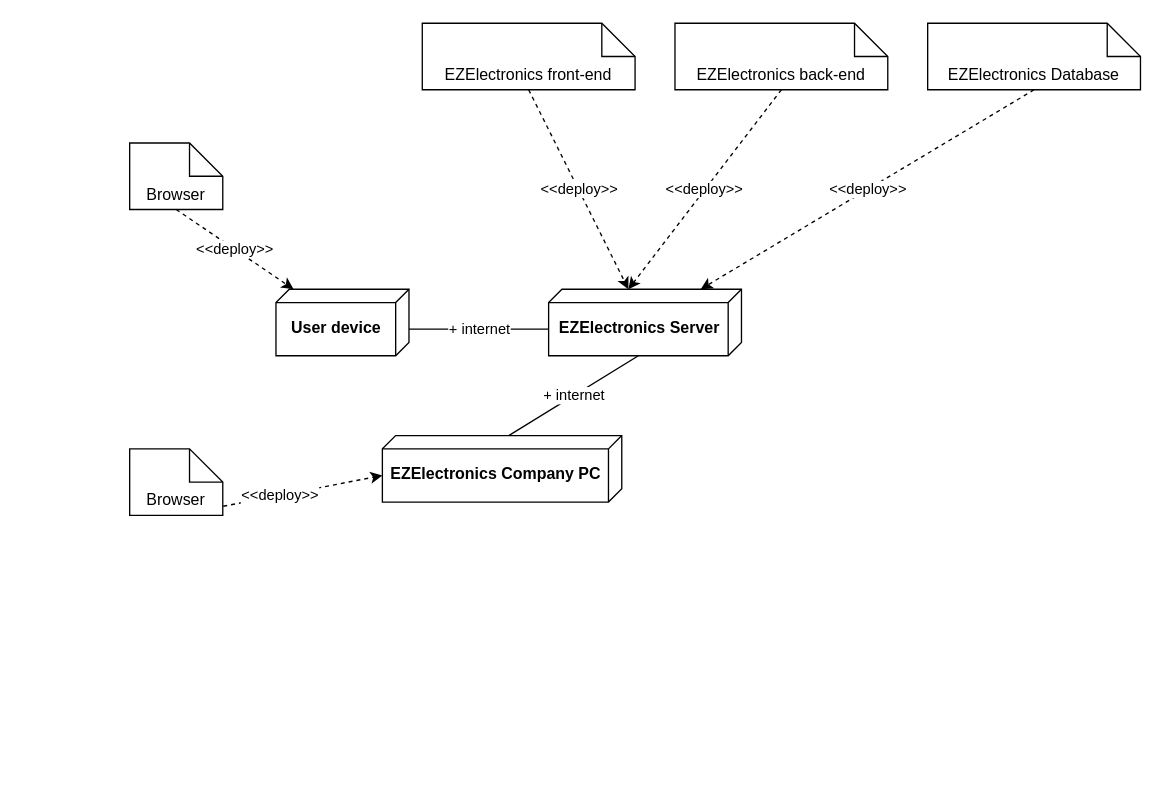
Before: page "V2" (2 of 2) of figures/deployment-diagram.drawio in eduardz1/EZElectronics, a draw.io diagram. Source tidied: cells renumbered, new cells numbered last; positions are measured from the earlier drawing's top-left corner, leaving out a move shared by most shapes. Both pictures are drawn from the tidied source at 133%, with x=0, y=0 at pixel (129, 23).
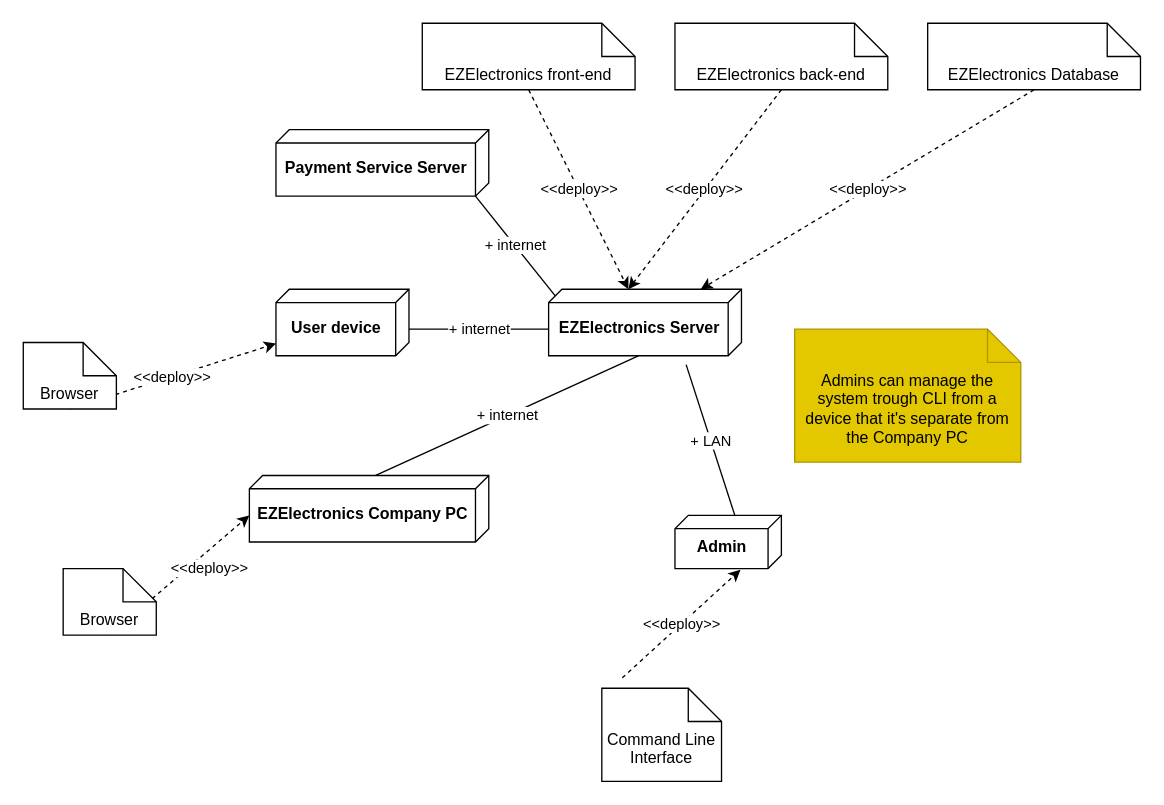
The same page after the edit.

Commit message (it also covers changes not shown here):
docs: updated deployment diagram for v2, context diagram and glossary

The change refers to these unchanged cells:
```xml
<mxCell id="2" value="EZElectronics Server" style="verticalAlign=middle;align=center;spacingTop=8;spacingLeft=2;spacingRight=12;shape=cube;size=10;direction=south;fontStyle=1;html=1;labelPosition=center;verticalLabelPosition=middle;" parent="1" vertex="1">
  <mxGeometry x="315" y="200" width="145" height="50" as="geometry" />
</mxCell>
<mxCell id="8" value="User device" style="verticalAlign=middle;align=center;spacingTop=8;spacingLeft=2;spacingRight=12;shape=cube;size=10;direction=south;fontStyle=1;html=1;labelPosition=center;verticalLabelPosition=middle;" parent="1" vertex="1">
  <mxGeometry x="110" y="200" width="100" height="50" as="geometry" />
</mxCell>
```

The edit, as a diff of the source:
```diff
@@
     <mxCell id="6" value="EZElectronics Company PC" style="verticalAlign=middle;align=center;spacingTop=8;spacingLeft=2;spacingRight=12;shape=cube;size=10;direction=south;fontStyle=1;html=1;labelPosition=center;verticalLabelPosition=middle;" parent="1" vertex="1">
-      <mxGeometry x="190" y="310" width="180" height="50" as="geometry" />
+      <mxGeometry x="90" y="340" width="180" height="50" as="geometry" />
     </mxCell>
@@
-    <mxCell id="13" value="&amp;lt;&amp;lt;deploy&amp;gt;&amp;gt;" style="edgeStyle=none;html=1;exitX=0.5;exitY=1;exitDx=0;exitDy=0;exitPerimeter=0;endArrow=classic;endFill=1;dashed=1;" parent="1" edge="1" source="14" target="8">
+    <mxCell id="13" value="&amp;lt;&amp;lt;deploy&amp;gt;&amp;gt;" style="edgeStyle=none;html=1;exitX=0.5;exitY=1;exitDx=0;exitDy=0;exitPerimeter=0;endArrow=classic;endFill=1;dashed=1;" parent="1" edge="1" source="17" target="8">
       <mxGeometry relative="1" as="geometry" />
     </mxCell>
-    <mxCell id="14" value="Browser" style="shape=note2;boundedLbl=1;whiteSpace=wrap;html=1;size=25;verticalAlign=top;align=center;" parent="1" vertex="1">
-      <mxGeometry y="90" width="70" height="50" as="geometry" />
-    </mxCell>
+    <mxCell id="17" value="Browser" style="shape=note2;boundedLbl=1;whiteSpace=wrap;html=1;size=25;verticalAlign=top;align=center;" parent="1" vertex="1">
+      <mxGeometry x="-80" y="240" width="70" height="50" as="geometry" />
+    </mxCell>
-    <mxCell id="15" value="&amp;lt;&amp;lt;deploy&amp;gt;&amp;gt;" style="edgeStyle=none;html=1;exitX=0.5;exitY=1;exitDx=0;exitDy=0;exitPerimeter=0;endArrow=classic;endFill=1;dashed=1;entryX=0;entryY=0;entryDx=30;entryDy=180;entryPerimeter=0;" parent="1" edge="1" source="16" target="6">
-      <mxGeometry relative="1" as="geometry" />
+    <mxCell id="15" value="&amp;lt;&amp;lt;deploy&amp;gt;&amp;gt;" style="edgeStyle=none;html=1;exitX=0.5;exitY=1;exitDx=0;exitDy=0;exitPerimeter=0;endArrow=classic;endFill=1;dashed=1;entryX=0;entryY=0;entryDx=30;entryDy=180;entryPerimeter=0;" parent="1" edge="1" source="18" target="6">
+      <mxGeometry x="0.29" y="-11" relative="1" as="geometry" />
     </mxCell>
-    <mxCell id="16" value="Browser" style="shape=note2;boundedLbl=1;whiteSpace=wrap;html=1;size=25;verticalAlign=top;align=center;" parent="1" vertex="1">
-      <mxGeometry y="320" width="70" height="50" as="geometry" />
-    </mxCell>
+    <mxCell id="18" value="Browser" style="shape=note2;boundedLbl=1;whiteSpace=wrap;html=1;size=25;verticalAlign=top;align=center;" parent="1" vertex="1">
+      <mxGeometry x="-50" y="410" width="70" height="50" as="geometry" />
+    </mxCell>
+    <mxCell id="19" value="&amp;lt;&amp;lt;deploy&amp;gt;&amp;gt;" style="edgeStyle=none;html=1;exitX=0.5;exitY=1;exitDx=0;exitDy=0;exitPerimeter=0;endArrow=classic;endFill=1;dashed=1;entryX=0.573;entryY=-0.027;entryDx=0;entryDy=0;entryPerimeter=0;" parent="1" edge="1">
+      <mxGeometry x="0.17" y="-1" relative="1" as="geometry">
+        <mxPoint x="719.6" y="188.6" as="targetPoint" />
+      </mxGeometry>
+    </mxCell>
+    <mxCell id="20" value="Admin" style="verticalAlign=middle;align=center;spacingTop=8;spacingLeft=2;spacingRight=12;shape=cube;size=10;direction=south;fontStyle=1;html=1;labelPosition=center;verticalLabelPosition=middle;" parent="1" vertex="1">
+      <mxGeometry x="410" y="370" width="80" height="40" as="geometry" />
+    </mxCell>
+    <mxCell id="21" value="+ LAN" style="edgeStyle=none;html=1;endArrow=none;endFill=0;exitX=1.133;exitY=0.287;exitDx=0;exitDy=0;exitPerimeter=0;entryX=0;entryY=0;entryDx=0;entryDy=35;entryPerimeter=0;" parent="1" edge="1" source="2" target="20">
+      <mxGeometry relative="1" as="geometry" />
+    </mxCell>
+    <mxCell id="22" value="Command Line Interface" style="shape=note2;boundedLbl=1;whiteSpace=wrap;html=1;size=25;verticalAlign=top;align=center;" parent="1" vertex="1">
+      <mxGeometry x="355" y="500" width="90" height="70" as="geometry" />
+    </mxCell>
+    <mxCell id="23" value="&amp;lt;&amp;lt;deploy&amp;gt;&amp;gt;" style="edgeStyle=none;html=1;endArrow=classic;endFill=1;dashed=1;exitX=0.171;exitY=-0.112;exitDx=0;exitDy=0;exitPerimeter=0;entryX=1.022;entryY=0.384;entryDx=0;entryDy=0;entryPerimeter=0;" parent="1" edge="1" source="22" target="20">
+      <mxGeometry relative="1" as="geometry" />
+    </mxCell>
+    <mxCell id="24" value="+ internet" style="edgeStyle=none;html=1;exitX=0;exitY=0;exitDx=50;exitDy=10;exitPerimeter=0;entryX=0;entryY=0;entryDx=5;entryDy=140;entryPerimeter=0;endArrow=none;endFill=0;" parent="1" edge="1" source="25" target="2">
+      <mxGeometry relative="1" as="geometry" />
+    </mxCell>
+    <mxCell id="25" value="Payment Service Server" style="verticalAlign=middle;align=center;spacingTop=8;spacingLeft=2;spacingRight=12;shape=cube;size=10;direction=south;fontStyle=1;html=1;labelPosition=center;verticalLabelPosition=middle;" parent="1" vertex="1">
+      <mxGeometry x="110" y="80" width="160" height="50" as="geometry" />
+    </mxCell>
+    <mxCell id="26" value="Admins can manage the system trough CLI from a device that it's separate from the Company PC" style="shape=note2;boundedLbl=1;whiteSpace=wrap;html=1;size=25;verticalAlign=top;align=center;fillColor=#e3c800;fontColor=#000000;strokeColor=#B09500;" parent="1" vertex="1">
+      <mxGeometry x="500" y="230" width="170" height="100" as="geometry" />
+    </mxCell>
```
